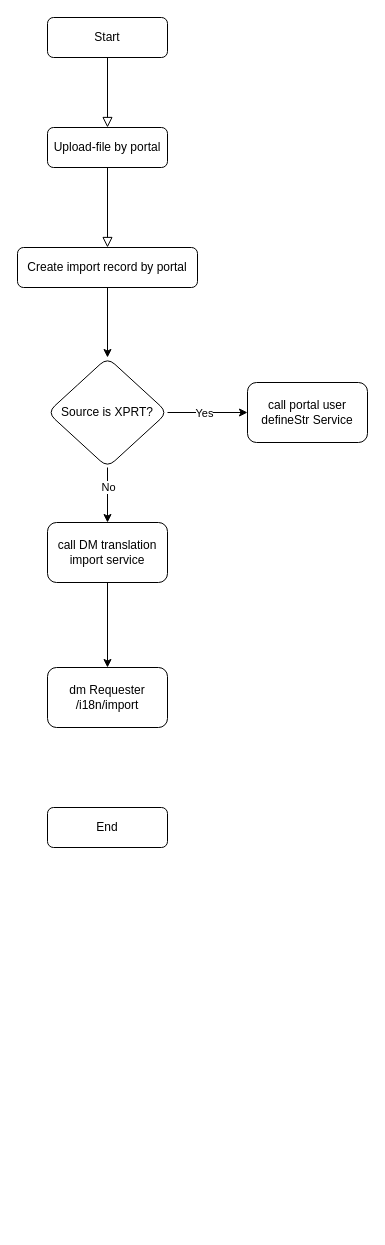
Before: User-Defined-I18n-Import.drawio in SmileSB1O1/draw-active, a draw.io diagram. Source tidied: cells renumbered, new cells numbered last; positions are measured from the earlier drawing's top-left corner, leaving out a move shared by most shapes. Both pictures are drawn from the tidied source at 100%, with x=0, y=0 at pixel (17, 17).
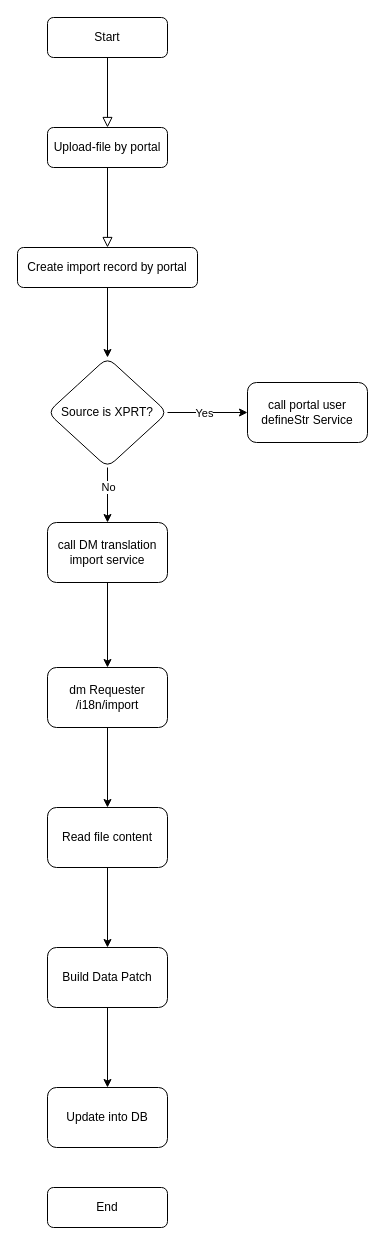
Above is the later version.

Unchanged cells that the change refers to:
```xml
<mxCell id="17" value="dm Requester /i18n/import" style="whiteSpace=wrap;html=1;rounded=1;glass=0;strokeWidth=1;shadow=0;" parent="1" vertex="1">
  <mxGeometry x="30" y="650" width="120" height="60" as="geometry" />
</mxCell>
```

The edit, as a diff of the source:
```diff
@@
     <mxCell id="5" value="End" style="rounded=1;whiteSpace=wrap;html=1;fontSize=12;glass=0;strokeWidth=1;shadow=0;" parent="1" vertex="1">
-      <mxGeometry x="30" y="790" width="120" height="40" as="geometry" />
+      <mxGeometry x="30" y="1170" width="120" height="40" as="geometry" />
     </mxCell>
@@
+    <mxCell id="18" style="edgeStyle=orthogonalEdgeStyle;rounded=0;jettySize=auto;html=1;" parent="1" edge="1" source="17" target="20">
+      <mxGeometry relative="1" as="geometry" />
+    </mxCell>
@@
+    <mxCell id="19" style="edgeStyle=orthogonalEdgeStyle;rounded=0;jettySize=auto;html=1;" parent="1" edge="1" source="20" target="22">
+      <mxGeometry relative="1" as="geometry" />
+    </mxCell>
+    <mxCell id="20" value="Read file content" style="whiteSpace=wrap;html=1;rounded=1;glass=0;strokeWidth=1;shadow=0;" parent="1" vertex="1">
+      <mxGeometry x="30" y="790" width="120" height="60" as="geometry" />
+    </mxCell>
+    <mxCell id="21" style="edgeStyle=orthogonalEdgeStyle;rounded=0;jettySize=auto;html=1;" parent="1" edge="1" source="22" target="23">
+      <mxGeometry relative="1" as="geometry" />
+    </mxCell>
+    <mxCell id="22" value="Build Data Patch" style="whiteSpace=wrap;html=1;rounded=1;glass=0;strokeWidth=1;shadow=0;" parent="1" vertex="1">
+      <mxGeometry x="30" y="930" width="120" height="60" as="geometry" />
+    </mxCell>
+    <mxCell id="23" value="Update into DB" style="whiteSpace=wrap;html=1;rounded=1;glass=0;strokeWidth=1;shadow=0;" parent="1" vertex="1">
+      <mxGeometry x="30" y="1070" width="120" height="60" as="geometry" />
+    </mxCell>
```
